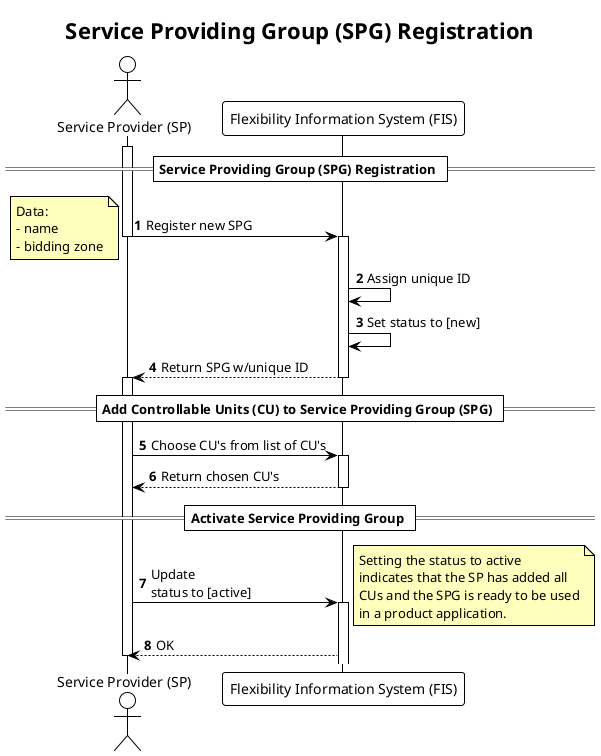
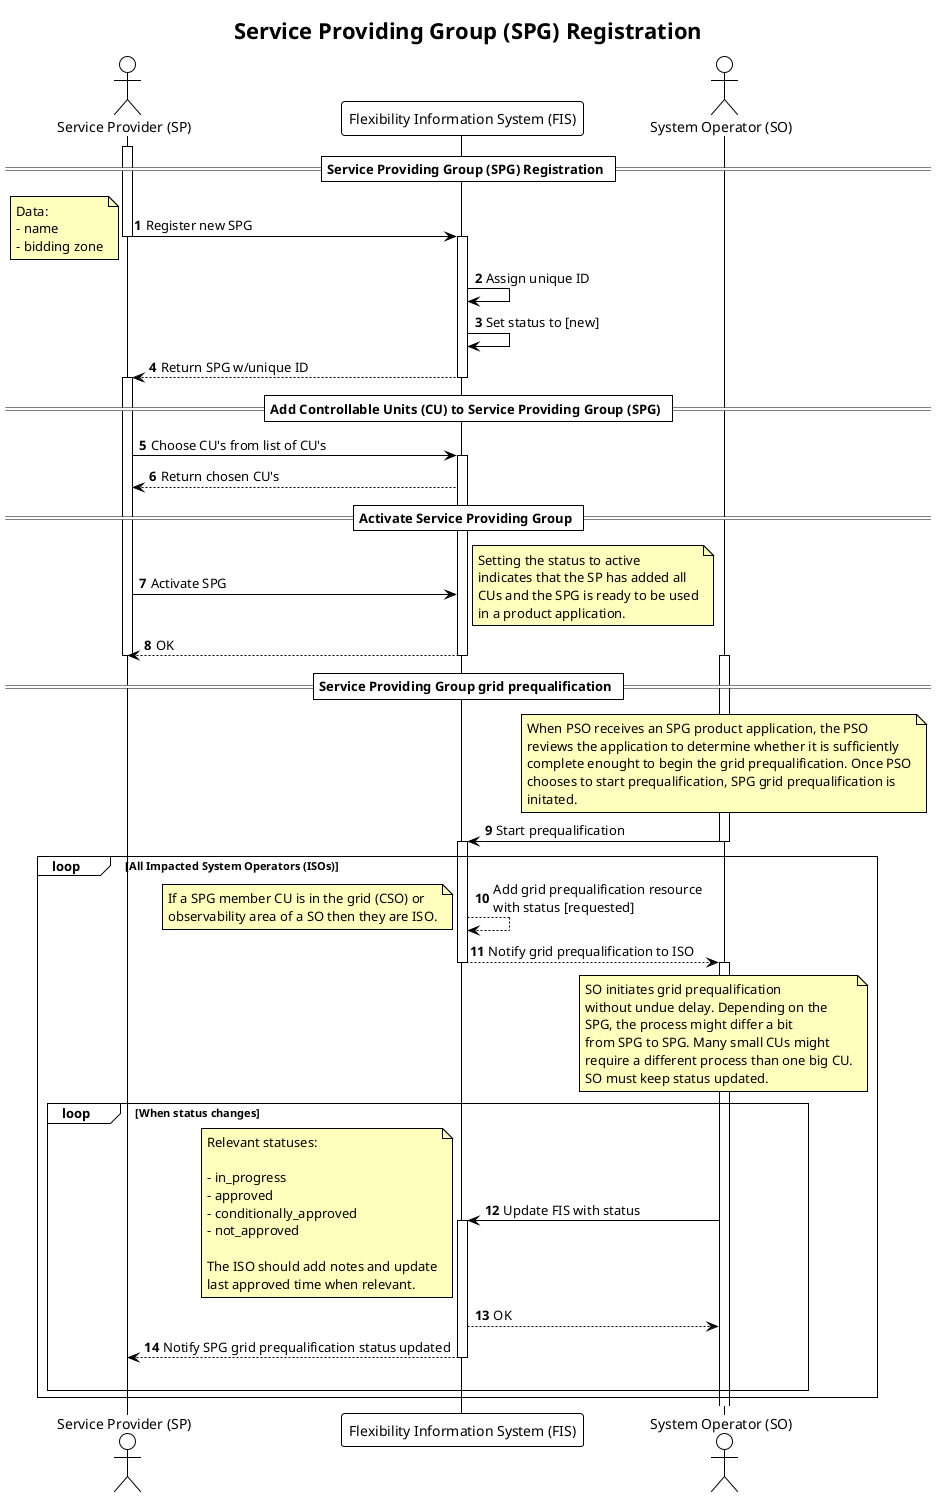
@startuml service_providing_group_registration
!theme plain

autonumber
skinparam note {
    BackgroundColor #FFFFBD
}

title Service Providing Group (SPG) Registration

actor "Service Provider (SP)" as SP
participant "Flexibility Information System (FIS)" as FIS
+ actor "System Operator (SO)" as SO


== Service Providing Group (SPG) Registration ==
activate SP

SP -> FIS: Register new SPG
deactivate SP

note left
    Data:
    - name
    - bidding zone
end note

activate FIS
FIS -> FIS: Assign unique ID
FIS -> FIS: Set status to [new]
FIS --> SP: Return SPG w/unique ID
deactivate FIS
activate SP

== Add Controllable Units (CU) to Service Providing Group (SPG) ==

SP -> FIS: Choose CU's from list of CU's
activate FIS
FIS --> SP: Return chosen CU's
- deactivate FIS

== Activate Service Providing Group ==

- SP -> FIS: Update\nstatus to [active]
+ SP -> FIS: Activate SPG
note right
    Setting the status to active
    indicates that the SP has added all
    CUs and the SPG is ready to be used
    in a product application.
end note
- activate FIS
FIS --> SP: OK
deactivate SP
+ deactivate FIS
+ 
+ == Service Providing Group grid prequalification ==
+ 
+ 
+ note over SO
+     When PSO receives an SPG product application, the PSO
+     reviews the application to determine whether it is sufficiently
+     complete enought to begin the grid prequalification. Once PSO
+     chooses to start prequalification, SPG grid prequalification is
+     initated.
+ end note
+ 
+ activate SO
+ SO -> FIS: Start prequalification
+ deactivate SO
+ activate FIS
+ 
+ loop All Impacted System Operators (ISOs)
+     FIS --> FIS: Add grid prequalification resource\nwith status [requested]
+     note left
+         If a SPG member CU is in the grid (CSO) or
+         observability area of a SO then they are ISO.
+     end note
+     FIS --> SO: Notify grid prequalification to ISO
+ 
+     deactivate FIS
+     activate SO
+ 
+ 
+     note over SO
+         SO initiates grid prequalification
+         without undue delay. Depending on the
+         SPG, the process might differ a bit
+         from SPG to SPG. Many small CUs might
+         require a different process than one big CU.
+         SO must keep status updated.
+     end note
+     loop When status changes
+         SO -> FIS: Update FIS with status
+         note left
+             Relevant statuses:
+ 
+             - in_progress
+             - approved
+             - conditionally_approved
+             - not_approved
+ 
+             The ISO should add notes and update
+             last approved time when relevant.
+         end note
+         activate FIS
+         FIS --> SO: OK
+         FIS --> SP: Notify SPG grid prequalification status updated
+         deactivate FIS
+         |||
+     end
+ end
+ 

@enduml
